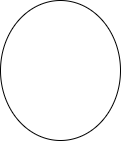
Before: 2.ex00.drawio.png, a diagram exported from draw.io (MariaStrizh/practic2). Source tidied: cells renumbered, new cells last; positions are measured from the earlier drawing's top-left corner, leaving out a move shared by most shapes.
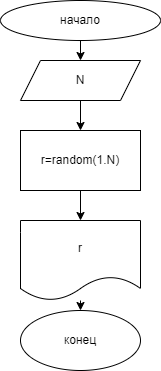
The same diagram one commit later.

Commit message:
ex Показать на экране случайные числа

What changed in the source:
```diff
@@ -2,8 +2,32 @@
   <root>
     <mxCell id="0" />
     <mxCell id="1" parent="0" />
+    <mxCell id="3" style="edgeStyle=none;html=1;exitX=0.5;exitY=1;exitDx=0;exitDy=0;entryX=0.5;entryY=0;entryDx=0;entryDy=0;" parent="1" edge="1" source="2" target="5">
+      <mxGeometry relative="1" as="geometry" />
+    </mxCell>
-    <mxCell id="2" style="ellipse;whiteSpace=wrap;html=1;" parent="1" vertex="1">
-      <mxGeometry width="120" height="140" as="geometry" />
+    <mxCell id="2" value="начало" style="ellipse;whiteSpace=wrap;html=1;" parent="1" vertex="1">
+      <mxGeometry width="160" height="40" as="geometry" />
     </mxCell>
+    <mxCell id="4" style="edgeStyle=none;html=1;" parent="1" edge="1" source="5" target="7">
+      <mxGeometry relative="1" as="geometry" />
+    </mxCell>
+    <mxCell id="5" value="N" style="shape=parallelogram;perimeter=parallelogramPerimeter;whiteSpace=wrap;html=1;fixedSize=1;" parent="1" vertex="1">
+      <mxGeometry x="20" y="60" width="120" height="40" as="geometry" />
+    </mxCell>
+    <mxCell id="6" style="edgeStyle=none;html=1;" parent="1" edge="1" source="7" target="9">
+      <mxGeometry relative="1" as="geometry" />
+    </mxCell>
+    <mxCell id="7" value="r=random(1.N)" style="whiteSpace=wrap;html=1;" parent="1" vertex="1">
+      <mxGeometry x="20" y="130" width="120" height="60" as="geometry" />
+    </mxCell>
+    <mxCell id="8" style="edgeStyle=none;html=1;" parent="1" edge="1" source="9" target="10">
+      <mxGeometry relative="1" as="geometry" />
+    </mxCell>
+    <mxCell id="9" value="r" style="shape=document;whiteSpace=wrap;html=1;boundedLbl=1;" parent="1" vertex="1">
+      <mxGeometry x="20" y="220" width="120" height="80" as="geometry" />
+    </mxCell>
+    <mxCell id="10" value="конец" style="ellipse;whiteSpace=wrap;html=1;" parent="1" vertex="1">
+      <mxGeometry x="20" y="310" width="120" height="60" as="geometry" />
+    </mxCell>
   </root>
 </mxGraphModel>
```
